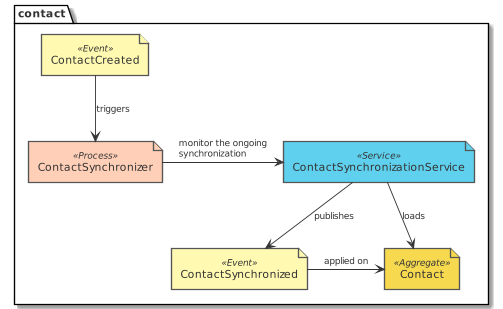
Above: paper/design_contact_eventstorming_contact_synchronizer.png in tmorin/dorders (PlantUML), before the change.
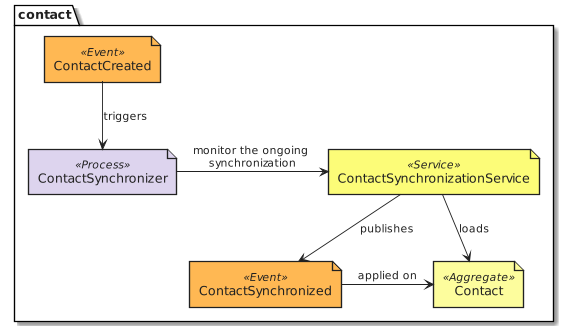
The same diagram one commit later.

Change to the diagram source:
```diff
@@ -1,12 +1,11 @@
 @startuml design_contact_eventstorming_contact_synchronizer
-!include common.puml
-!include ../.gdiag/plantuml-libs/eventstorming/eventstorming-all.puml
+!include common.eventstorming.puml
 package contact {
-  process('ContactSynchronizer')
-  service('ContactSynchronizationService')
-  event('ContactCreated')
-  event('ContactSynchronized')
-  aggregate('Contact')
+  Process('ContactSynchronizer')
+  Service('ContactSynchronizationService')
+  Event('ContactCreated')
+  Event('ContactSynchronized')
+  Aggregate('Contact')
 }
 ContactCreated --> ContactSynchronizer : triggers
 ContactSynchronizer -r-> ContactSynchronizationService : monitor the ongoing synchronization
```
